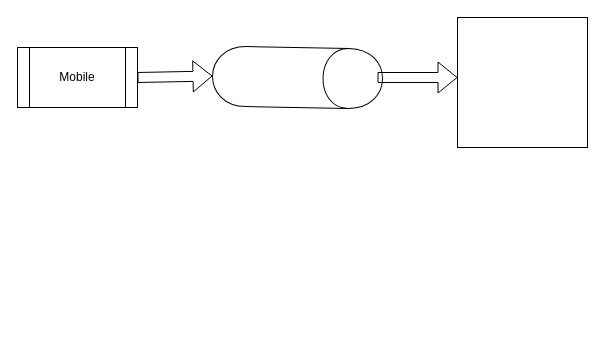
Earlier version of the draw.io diagram Untitled Diagram.drawio (rajiv180984/microservices). Source tidied: cells renumbered, new cells numbered last; positions are measured from the earlier drawing's top-left corner, leaving out a move shared by most shapes. Both pictures are drawn from the tidied source at 100%, with x=0, y=0 at pixel (17, -8).
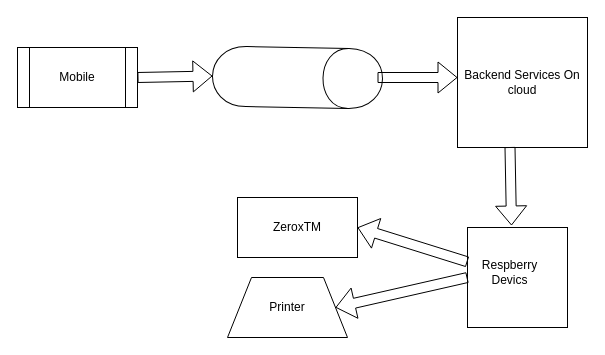
After the change.

What changed in the source:
```diff
@@
 <mxGraphModel>
   <root>
     <mxCell id="0" />
     <mxCell id="1" parent="0" />
     <mxCell id="2" value="Mobile" style="shape=process;whiteSpace=wrap;html=1;backgroundOutline=1;" parent="1" vertex="1">
       <mxGeometry y="55" width="120" height="60" as="geometry" />
     </mxCell>
     <mxCell id="3" style="shape=cylinder;whiteSpace=wrap;html=1;boundedLbl=1;backgroundOutline=1;rotation=91;" parent="1" vertex="1">
       <mxGeometry x="250" width="60" height="170" as="geometry" />
     </mxCell>
-    <mxCell id="4" style="whiteSpace=wrap;html=1;" parent="1" vertex="1">
+    <mxCell id="4" value="Backend Services On cloud" style="whiteSpace=wrap;html=1;" parent="1" vertex="1">
       <mxGeometry x="440" y="25" width="130" height="130" as="geometry" />
     </mxCell>
     <mxCell id="5" style="shape=flexArrow;endArrow=classic;html=1;entryX=0.5;entryY=1;entryDx=0;entryDy=0;exitX=1;exitY=0.5;exitDx=0;exitDy=0;" parent="1" edge="1" source="2" target="3">
       <mxGeometry relative="1" as="geometry" />
     </mxCell>
     <mxCell id="6" style="shape=flexArrow;endArrow=classic;html=1;entryX=0.5;entryY=1;entryDx=0;entryDy=0;" parent="1" edge="1">
       <mxGeometry relative="1" as="geometry">
         <mxPoint x="360" y="85" as="sourcePoint" />
         <mxPoint x="440" y="85" as="targetPoint" />
       </mxGeometry>
     </mxCell>
+    <mxCell id="7" style="whiteSpace=wrap;html=1;" parent="1" vertex="1">
+      <mxGeometry x="450" y="235" width="100" height="100" as="geometry" />
+    </mxCell>
+    <mxCell id="8" value="Respberry Devics" style="text;html=1;strokeColor=none;fillColor=none;align=center;verticalAlign=middle;whiteSpace=wrap;rounded=0;" parent="1" vertex="1">
+      <mxGeometry x="465" y="265" width="55" height="30" as="geometry" />
+    </mxCell>
+    <mxCell id="9" style="shape=flexArrow;endArrow=classic;html=1;entryX=0.44;entryY=-0.02;entryDx=0;entryDy=0;entryPerimeter=0;" parent="1" edge="1" target="7">
+      <mxGeometry relative="1" as="geometry">
+        <mxPoint x="492.5" y="154.5" as="sourcePoint" />
+      </mxGeometry>
+    </mxCell>
+    <mxCell id="10" value="ZeroxTM" style="text;html=1;strokeColor=#000000;fillColor=#ffffff;align=center;verticalAlign=middle;whiteSpace=wrap;rounded=0;fontFamily=Helvetica;fontSize=12;fontColor=#000000;" parent="1" vertex="1">
+      <mxGeometry x="220" y="205" width="120" height="60" as="geometry" />
+    </mxCell>
+    <mxCell id="11" value="Printer" style="shape=trapezoid;perimeter=trapezoidPerimeter;whiteSpace=wrap;html=1;" parent="1" vertex="1">
+      <mxGeometry x="210" y="285" width="120" height="60" as="geometry" />
+    </mxCell>
+    <mxCell id="12" style="shape=flexArrow;endArrow=classic;html=1;entryX=1;entryY=0.5;entryDx=0;entryDy=0;" parent="1" edge="1" source="7" target="10">
+      <mxGeometry relative="1" as="geometry" />
+    </mxCell>
+    <mxCell id="13" style="shape=flexArrow;endArrow=classic;html=1;entryX=1;entryY=0.5;entryDx=0;entryDy=0;exitX=0;exitY=0.5;exitDx=0;exitDy=0;" parent="1" edge="1" source="7" target="11">
+      <mxGeometry relative="1" as="geometry" />
+    </mxCell>
   </root>
 </mxGraphModel>
```
